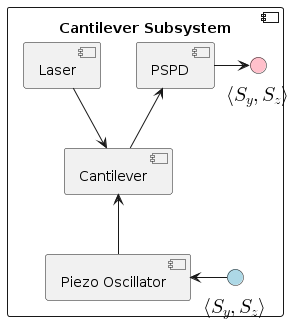
Before: afm_spm_components/images/cantilever_subsystem.png, a diagram exported from PlantUML (nsulmol/documentation).
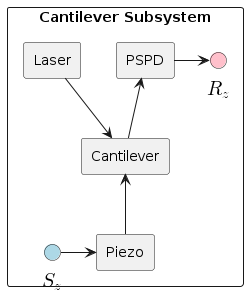
The same diagram one commit later.

Diff of the diagram source:
```diff
@@ -3,18 +3,18 @@
 
 !startsub component
 component "Cantilever Subsystem" as cantilever_subsystem {
-  component Laser as laser
-  component Cantilever as cantilever
-  component PSPD as pspd
-  component "Piezo Oscillator" as cantilever_piezo
-  interface "<latex>\langle S_y, S_z \rangle</latex>" <<output>> as pspd_out
-  interface "<latex>\langle S_y, S_z \rangle</latex>" <<input>> as cant_piezo_in
+  component Laser as cs_laser
+  component Cantilever as cs_cantilever
+  component PSPD as cs_pspd
+  component "Piezo" as cs_piezo
+  interface "<latex>R_z</latex>" <<output>> as cs_pspd_out
+  interface "<latex>S_z</latex>" <<input>> as cs_piezo_in
 
-  laser --> cantilever
-  cantilever -u-> pspd
-  cantilever_piezo -u-> cantilever
-  pspd -> pspd_out
-  cant_piezo_in -l-> cantilever_piezo
+  cs_laser --> cs_cantilever
+  cs_cantilever -u-> cs_pspd
+  cs_piezo -u-> cs_cantilever
+  cs_pspd -> cs_pspd_out
+  cs_piezo_in -> cs_piezo
 }
 !endsub
 @enduml
```
